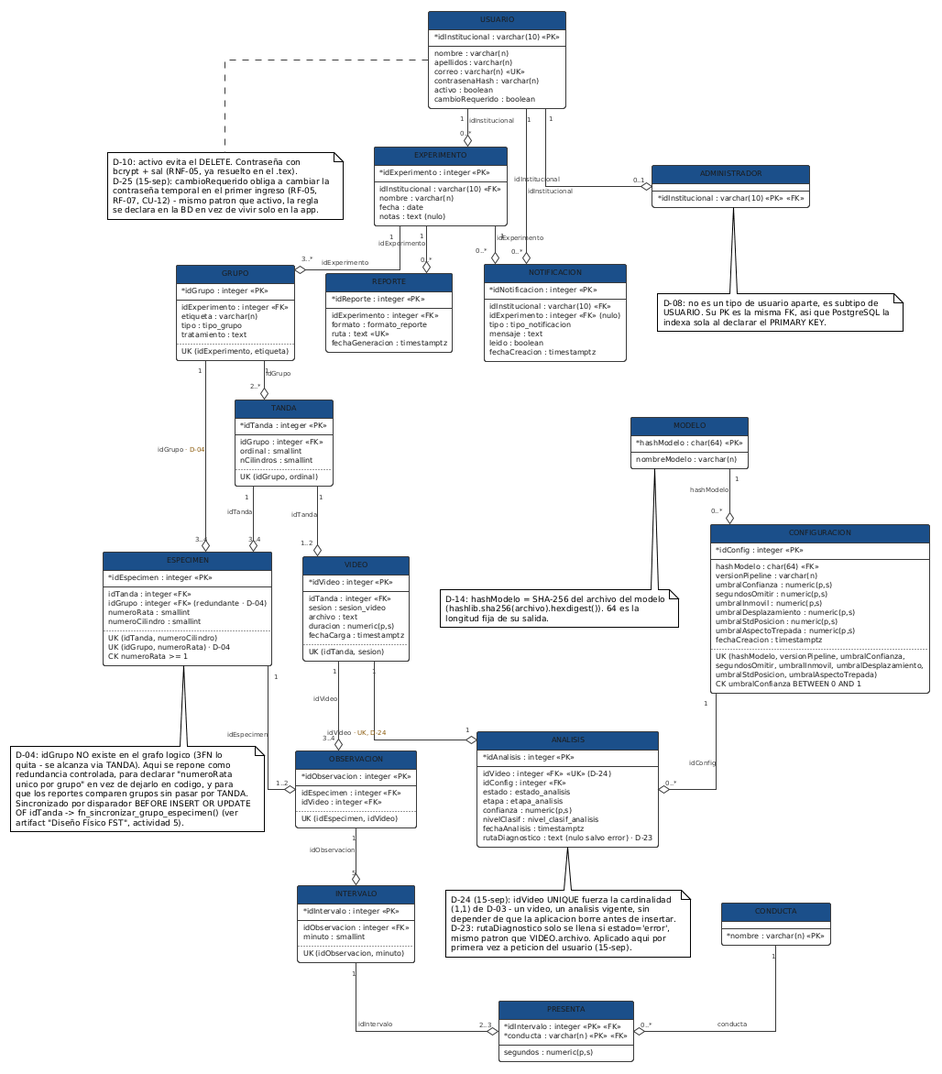
The PlantUML diagram figures/mermaid/esquema_fisico.png in ErickJester/fst-ai-system-latex, before a commit. Source of this version:
```plantuml
@startuml

!theme plain
skinparam defaultFontName Arial
skinparam defaultFontSize 9
skinparam shadowing false
skinparam linetype ortho
skinparam classAttributeIconSize 0
skinparam BackgroundColor White
skinparam nodesep 34
skinparam ranksep 42

hide circle

skinparam class {
  BackgroundColor       #FAFAFA
  BorderColor           #3A3A3A
  BorderThickness       1
  HeaderBackgroundColor #1B4F8A
  HeaderFontColor       #FFFFFF
  HeaderFontSize        10
  HeaderFontStyle       bold
  AttributeFontSize     8
  AttributeFontColor    #1A1A1A
}

skinparam arrow {
  Color     #3A3A3A
  Thickness 1
  FontSize  7
  FontColor #3A3A3A
}


entity USUARIO {
  * idInstitucional : varchar(10) <<PK>>
  --
  nombre : varchar(n)
  apellidos : varchar(n)
  correo : varchar(n) <<UK>>
  contrasenaHash : varchar(n)
  activo : boolean
  cambioRequerido : boolean
}
note bottom of USUARIO
  D-10: activo evita el DELETE. Contraseña con
  bcrypt + sal (RNF-05, ya resuelto en el .tex).
  D-25 (15-sep): cambioRequerido obliga a cambiar la
  contraseña temporal en el primer ingreso (RF-05,
  RF-07, CU-12) - mismo patron que activo, la regla
  se declara en la BD en vez de vivir solo en la app.
end note

entity EXPERIMENTO {
  * idExperimento : integer <<PK>>
  --
  idInstitucional : varchar(10) <<FK>>
  nombre : varchar(n)
  fecha : date
  notas : text (nulo)
}

entity GRUPO {
  * idGrupo : integer <<PK>>
  --
  idExperimento : integer <<FK>>
  etiqueta : varchar(n)
  tipo : tipo_grupo
  tratamiento : text
  ..
  UK (idExperimento, etiqueta)
}

entity TANDA {
  * idTanda : integer <<PK>>
  --
  idGrupo : integer <<FK>>
  ordinal : smallint
  nCilindros : smallint
  ..
  UK (idGrupo, ordinal)
}

entity ESPECIMEN {
  * idEspecimen : integer <<PK>>
  --
  idTanda : integer <<FK>>
  idGrupo : integer <<FK>> (redundante · D-04)
  numeroRata : smallint
  numeroCilindro : smallint
  ..
  UK (idTanda, numeroCilindro)
  UK (idGrupo, numeroRata) · D-04
  CK numeroRata >= 1
}
note bottom of ESPECIMEN
  D-04: idGrupo NO existe en el grafo logico (3FN lo
  quita - se alcanza via TANDA). Aqui se repone como
  redundancia controlada, para declarar "numeroRata
  unico por grupo" en vez de dejarlo en codigo, y para
  que los reportes comparen grupos sin pasar por TANDA.
  Sincronizado por disparador BEFORE INSERT OR UPDATE
  OF idTanda -> fn_sincronizar_grupo_especimen() (ver
  artifact "Diseño Físico FST", actividad 5).
end note

entity VIDEO {
  * idVideo : integer <<PK>>
  --
  idTanda : integer <<FK>>
  sesion : sesion_video
  archivo : text
  duracion : numeric(p,s)
  fechaCarga : timestamptz
  ..
  UK (idTanda, sesion)
}

entity ANALISIS {
  * idAnalisis : integer <<PK>>
  --
  idVideo : integer <<FK>> <<UK>> (D-24)
  idConfig : integer <<FK>>
  estado : estado_analisis
  etapa : etapa_analisis
  confianza : numeric(p,s)
  nivelClasif : nivel_clasif_analisis
  fechaAnalisis : timestamptz
  rutaDiagnostico : text (nulo salvo error) · D-23
}
note bottom of ANALISIS
  D-24 (15-sep): idVideo UNIQUE fuerza la cardinalidad
  (1,1) de D-03 - un video, un analisis vigente, sin
  depender de que la aplicacion borre antes de insertar.
  D-23: rutaDiagnostico solo se llena si estado='error',
  mismo patron que VIDEO.archivo. Aplicado aqui por
  primera vez a peticion del usuario (15-sep).
end note

entity OBSERVACION {
  * idObservacion : integer <<PK>>
  --
  idEspecimen : integer <<FK>>
  idVideo : integer <<FK>>
  ..
  UK (idEspecimen, idVideo)
}

entity INTERVALO {
  * idIntervalo : integer <<PK>>
  --
  idObservacion : integer <<FK>>
  minuto : smallint
  ..
  UK (idObservacion, minuto)
}

entity CONDUCTA {
  * nombre : varchar(n) <<PK>>
}

entity PRESENTA {
  * idIntervalo : integer <<PK>> <<FK>>
  * conducta : varchar(n) <<PK>> <<FK>>
  --
  segundos : numeric(p,s)
}

entity ADMINISTRADOR {
  * idInstitucional : varchar(10) <<PK>> <<FK>>
}
note bottom of ADMINISTRADOR
  D-08: no es un tipo de usuario aparte, es subtipo de
  USUARIO. Su PK es la misma FK, asi que PostgreSQL la
  indexa sola al declarar el PRIMARY KEY.
end note


entity MODELO {
  * hashModelo : char(64) <<PK>>
  --
  nombreModelo : varchar(n)
}
note bottom of MODELO
  D-14: hashModelo = SHA-256 del archivo del modelo
  (hashlib.sha256(archivo).hexdigest()). 64 es la
  longitud fija de su salida.
end note

entity CONFIGURACION {
  * idConfig : integer <<PK>>
  --
  hashModelo : char(64) <<FK>>
  versionPipeline : varchar(n)
  umbralConfianza : numeric(p,s)
  segundosOmitir : numeric(p,s)
  umbralInmovil : numeric(p,s)
  umbralDesplazamiento : numeric(p,s)
  umbralStdPosicion : numeric(p,s)
  umbralAspectoTrepada : numeric(p,s)
  fechaCreacion : timestamptz
  ..
  UK (hashModelo, versionPipeline, umbralConfianza,
      segundosOmitir, umbralInmovil, umbralDesplazamiento,
      umbralStdPosicion, umbralAspectoTrepada)
  CK umbralConfianza BETWEEN 0 AND 1
}

entity REPORTE {
  * idReporte : integer <<PK>>
  --
  idExperimento : integer <<FK>>
  formato : formato_reporte
  ruta : text <<UK>>
  fechaGeneracion : timestamptz
}

entity NOTIFICACION {
  * idNotificacion : integer <<PK>>
  --
  idInstitucional : varchar(10) <<FK>>
  idExperimento : integer <<FK>> (nulo)
  tipo : tipo_notificacion
  mensaje : text
  leido : boolean
  fechaCreacion : timestamptz
}


USUARIO        "1" --o "0..*" EXPERIMENTO              : idInstitucional
USUARIO        "1" --o "0..*" NOTIFICACION              : idInstitucional
USUARIO        "1" --o "0..1" ADMINISTRADOR             : idInstitucional

EXPERIMENTO    "1" --o "3..*" GRUPO                     : idExperimento
EXPERIMENTO    "1" --o "0..*" REPORTE                   : idExperimento
EXPERIMENTO    "1" --o "0..*" NOTIFICACION               : idExperimento

GRUPO          "1" --o "2..*" TANDA                     : idGrupo
GRUPO          "1" --o "3..4" ESPECIMEN                 : idGrupo <color:#8A5A0B>· D-04</color>

TANDA          "1" --o "3..4" ESPECIMEN                 : idTanda
TANDA          "1" --o "1..2" VIDEO                     : idTanda

VIDEO          "1" --o "1"    ANALISIS                  : idVideo <color:#8A5A0B>· UK, D-24</color>
VIDEO          "1" --o "3..4" OBSERVACION                : idVideo

CONFIGURACION  "1" --o "0..*" ANALISIS                  : idConfig
MODELO         "1" --o "0..*" CONFIGURACION              : hashModelo

ESPECIMEN      "1" --o "1..2" OBSERVACION                : idEspecimen

OBSERVACION    "1" --o "5"    INTERVALO                 : idObservacion
INTERVALO      "1" --o "2..3" PRESENTA                  : idIntervalo
CONDUCTA       "1" --o "0..*" PRESENTA                  : conducta
@enduml
```
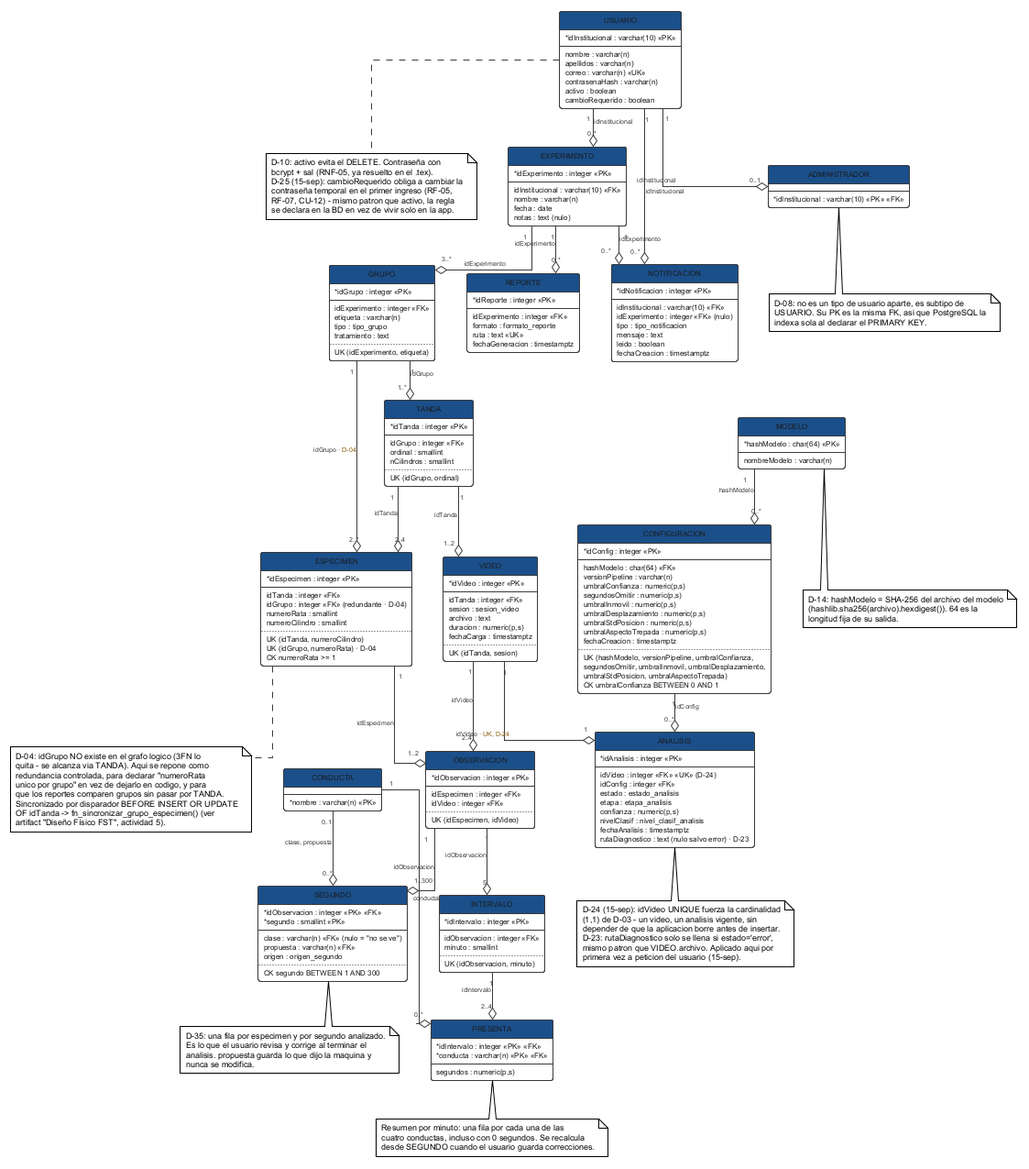
The same diagram one commit later.

Diff of the diagram source:
```diff
@@ -1,4 +1,4 @@
-@startuml
+@startuml esquema_fisico
 
 !theme plain
 skinparam defaultFontName Arial
@@ -165,6 +165,28 @@
   --
   segundos : numeric(p,s)
 }
+note bottom of PRESENTA
+  Resumen por minuto: una fila por cada una de las
+  cuatro conductas, incluso con 0 segundos. Se recalcula
+  desde SEGUNDO cuando el usuario guarda correcciones.
+end note
+
+entity SEGUNDO {
+  * idObservacion : integer <<PK>> <<FK>>
+  * segundo : smallint <<PK>>
+  --
+  clase : varchar(n) <<FK>> (nulo = "no se ve")
+  propuesta : varchar(n) <<FK>>
+  origen : origen_segundo
+  ..
+  CK segundo BETWEEN 1 AND 300
+}
+note bottom of SEGUNDO
+  D-35: una fila por especimen y por segundo analizado.
+  Es lo que el usuario revisa y corrige al terminar el
+  analisis. propuesta guarda lo que dijo la maquina y
+  nunca se modifica.
+end note
 
 entity ADMINISTRADOR {
   * idInstitucional : varchar(10) <<PK>> <<FK>>
@@ -235,14 +257,14 @@
 EXPERIMENTO    "1" --o "0..*" REPORTE                   : idExperimento
 EXPERIMENTO    "1" --o "0..*" NOTIFICACION               : idExperimento
 
-GRUPO          "1" --o "2..*" TANDA                     : idGrupo
-GRUPO          "1" --o "3..4" ESPECIMEN                 : idGrupo <color:#8A5A0B>· D-04</color>
+GRUPO          "1" --o "1..*" TANDA                     : idGrupo
+GRUPO          "1" --o "2..*" ESPECIMEN                 : idGrupo <color:#8A5A0B>· D-04</color>
 
-TANDA          "1" --o "3..4" ESPECIMEN                 : idTanda
+TANDA          "1" --o "2..4" ESPECIMEN                 : idTanda
 TANDA          "1" --o "1..2" VIDEO                     : idTanda
 
 VIDEO          "1" --o "1"    ANALISIS                  : idVideo <color:#8A5A0B>· UK, D-24</color>
-VIDEO          "1" --o "3..4" OBSERVACION                : idVideo
+VIDEO          "1" --o "2..4" OBSERVACION                : idVideo
 
 CONFIGURACION  "1" --o "0..*" ANALISIS                  : idConfig
 MODELO         "1" --o "0..*" CONFIGURACION              : hashModelo
@@ -250,6 +272,10 @@
 ESPECIMEN      "1" --o "1..2" OBSERVACION                : idEspecimen
 
 OBSERVACION    "1" --o "5"    INTERVALO                 : idObservacion
-INTERVALO      "1" --o "2..3" PRESENTA                  : idIntervalo
+INTERVALO      "1" --o "2..4" PRESENTA                  : idIntervalo
 CONDUCTA       "1" --o "0..*" PRESENTA                  : conducta
+
+OBSERVACION    "1" --o "1..300" SEGUNDO                 : idObservacion
+CONDUCTA       "0..1" --o "0..*" SEGUNDO                : clase, propuesta
+
 @enduml
```
